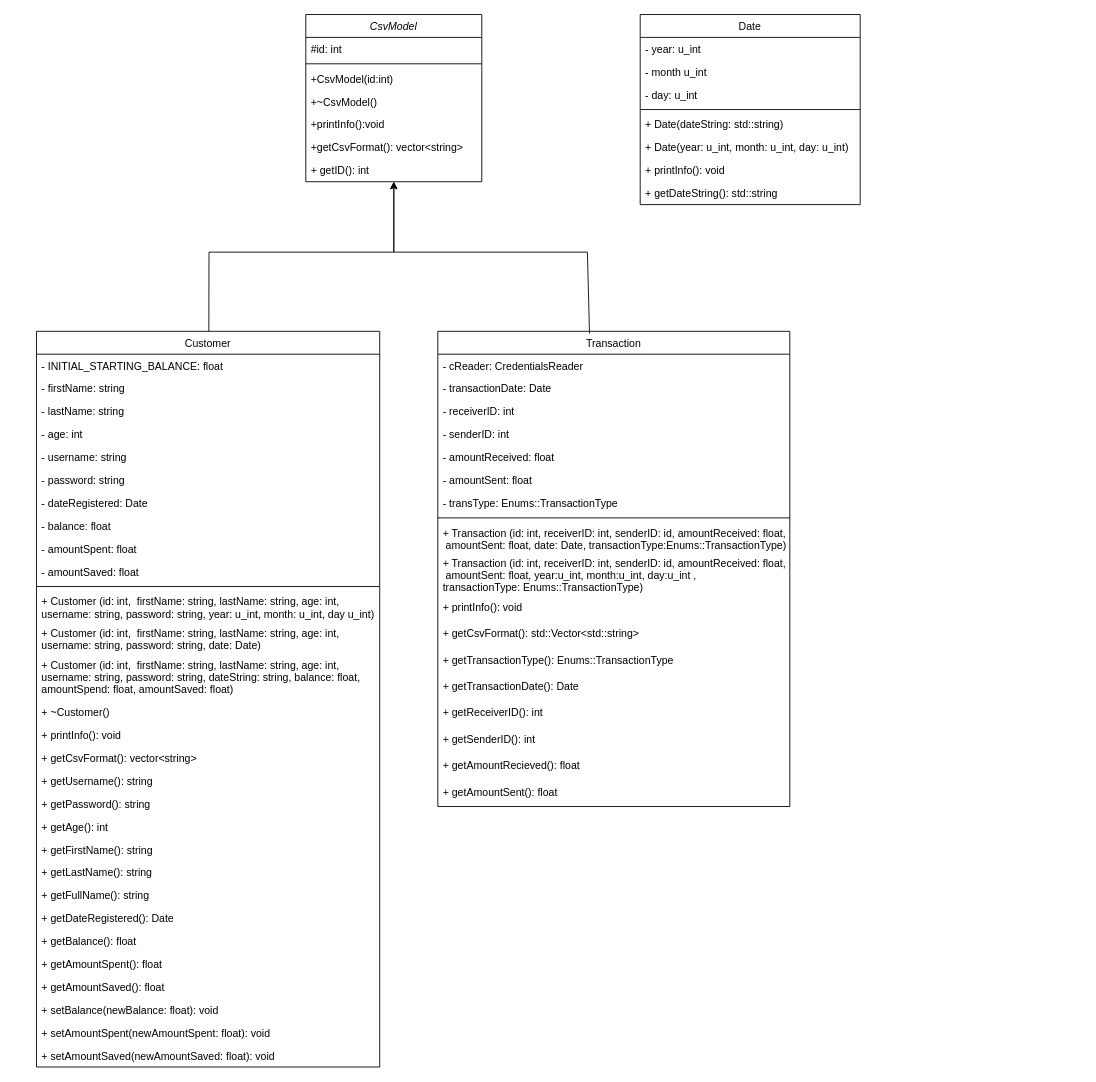
rawsashimi1604/1009_BankingSystem keeps this draw.io diagram as page "model" (1 of 5) of data/UML.drawio. Above is the earlier version. Source tidied: cells renumbered, new cells numbered last; positions are measured from the earlier drawing's top-left corner, leaving out a move shared by most shapes. Both pictures are drawn from the tidied source at 88%, with x=0, y=0 at pixel (36, 14).
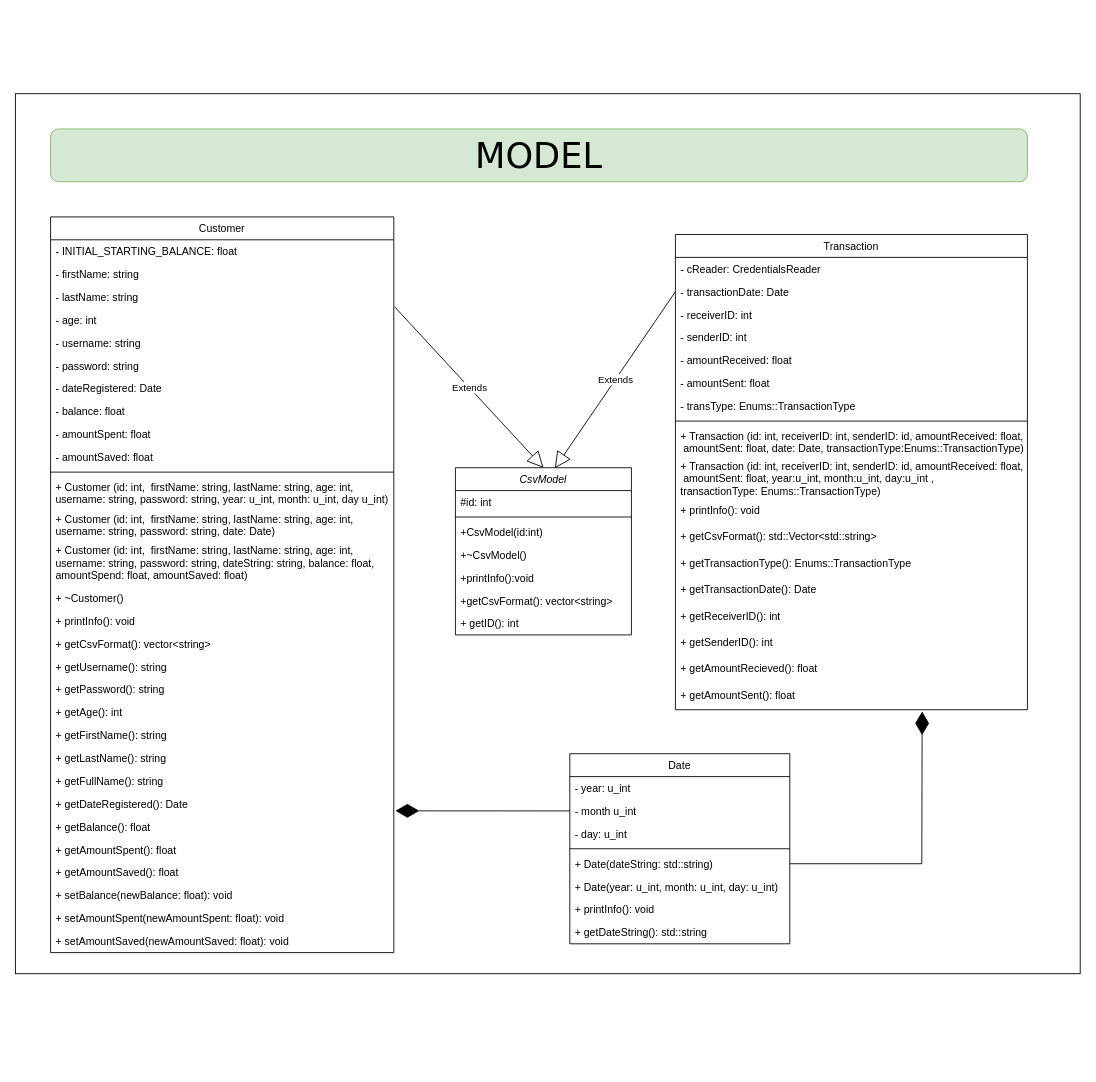
Above is the later version.

Unchanged cells that the change refers to:
```xml
<mxCell id="14" value="- age: int" style="text;align=left;verticalAlign=top;spacingLeft=4;spacingRight=4;overflow=hidden;points=[[0,0.5],[1,0.5]];portConstraint=eastwest;rounded=0;shadow=0;html=0;" parent="10" vertex="1">
  <mxGeometry y="104" width="390" height="26" as="geometry" />
</mxCell>
<mxCell id="35" value="+ getBalance(): float" style="text;align=left;verticalAlign=top;spacingLeft=4;spacingRight=4;overflow=hidden;points=[[0,0.5],[1,0.5]];portConstraint=eastwest;fontStyle=0;" parent="10" vertex="1">
  <mxGeometry y="680" width="390" height="26" as="geometry" />
</mxCell>
<mxCell id="43" value="- month u_int" style="text;align=left;verticalAlign=top;spacingLeft=4;spacingRight=4;overflow=hidden;points=[[0,0.5],[1,0.5]];portConstraint=eastwest;" parent="41" vertex="1">
  <mxGeometry y="52" width="250" height="26" as="geometry" />
</mxCell>
<mxCell id="46" value="+ Date(dateString: std::string)" style="text;align=left;verticalAlign=top;spacingLeft=4;spacingRight=4;overflow=hidden;points=[[0,0.5],[1,0.5]];portConstraint=eastwest;" parent="41" vertex="1">
  <mxGeometry y="112" width="250" height="26" as="geometry" />
</mxCell>
<mxCell id="52" value="- transactionDate: Date" style="text;align=left;verticalAlign=top;spacingLeft=4;spacingRight=4;overflow=hidden;points=[[0,0.5],[1,0.5]];portConstraint=eastwest;rounded=0;shadow=0;html=0;" parent="50" vertex="1">
  <mxGeometry y="52" width="400" height="26" as="geometry" />
</mxCell>
<mxCell id="68" value="+ getAmountSent(): float" style="text;align=left;verticalAlign=top;spacingLeft=4;spacingRight=4;overflow=hidden;points=[[0,0.5],[1,0.5]];portConstraint=eastwest;" parent="50" vertex="1">
  <mxGeometry y="510" width="400" height="30" as="geometry" />
</mxCell>
```

What changed in the source:
```diff
@@
+    <mxCell id="71" style="rounded=0;whiteSpace=wrap;html=1;fontFamily=Verdana;fontSize=40;" parent="1" vertex="1">
+      <mxGeometry x="-24" y="90" width="1210" height="1000" as="geometry" />
+    </mxCell>
+    <mxCell id="72" style="group;" parent="1" vertex="1">
+      <mxGeometry x="16" y="130" width="1110" height="936" as="geometry" />
+    </mxCell>
-    <mxCell id="2" value="CsvModel" style="swimlane;fontStyle=2;align=center;verticalAlign=top;horizontal=1;startSize=26;rounded=0;shadow=0;strokeWidth=1;" parent="1" vertex="1">
-      <mxGeometry x="306" width="200" height="190" as="geometry" />
+    <mxCell id="2" value="CsvModel" style="swimlane;fontStyle=2;align=center;verticalAlign=top;horizontal=1;startSize=26;rounded=0;shadow=0;strokeWidth=1;" parent="72" vertex="1">
+      <mxGeometry x="460" y="385" width="200" height="190" as="geometry" />
     </mxCell>
@@
-    <mxCell id="10" value="Customer" style="swimlane;fontStyle=0;align=center;verticalAlign=top;horizontal=1;startSize=26;rounded=0;shadow=0;strokeWidth=1;" parent="1" vertex="1">
-      <mxGeometry y="360" width="390" height="836" as="geometry" />
+    <mxCell id="10" value="Customer" style="swimlane;fontStyle=0;align=center;verticalAlign=top;horizontal=1;startSize=26;rounded=0;shadow=0;strokeWidth=1;" parent="72" vertex="1">
+      <mxGeometry y="100" width="390" height="836" as="geometry" />
     </mxCell>
@@
-    <mxCell id="41" value="Date" style="swimlane;fontStyle=0;align=center;verticalAlign=top;horizontal=1;startSize=26;rounded=0;shadow=0;strokeWidth=1;" parent="1" vertex="1">
-      <mxGeometry x="686" width="250" height="216" as="geometry" />
+    <mxCell id="41" value="Date" style="swimlane;fontStyle=0;align=center;verticalAlign=top;horizontal=1;startSize=26;rounded=0;shadow=0;strokeWidth=1;" parent="72" vertex="1">
+      <mxGeometry x="590" y="710" width="250" height="216" as="geometry" />
     </mxCell>
@@
-    <mxCell id="50" value="Transaction" style="swimlane;fontStyle=0;align=center;verticalAlign=top;horizontal=1;startSize=26;rounded=0;shadow=0;strokeWidth=1;" parent="1" vertex="1">
-      <mxGeometry x="456" y="360" width="400" height="540" as="geometry" />
+    <mxCell id="50" value="Transaction" style="swimlane;fontStyle=0;align=center;verticalAlign=top;horizontal=1;startSize=26;rounded=0;shadow=0;strokeWidth=1;" parent="72" vertex="1">
+      <mxGeometry x="710" y="120" width="400" height="540" as="geometry" />
     </mxCell>
@@
-    <mxCell id="69" style="endArrow=classic;html=1;rounded=0;" parent="1" edge="1" source="10" target="2">
-      <mxGeometry relative="1" as="geometry">
-        <Array as="points">
-          <mxPoint x="196" y="270" />
-          <mxPoint x="406" y="270" />
-        </Array>
-      </mxGeometry>
-    </mxCell>
-    <mxCell id="70" style="endArrow=classic;html=1;rounded=0;exitX=0.431;exitY=0.005;exitDx=0;exitDy=0;exitPerimeter=0;" parent="1" edge="1" source="50" target="2">
-      <mxGeometry relative="1" as="geometry">
-        <Array as="points">
-          <mxPoint x="626" y="270" />
-          <mxPoint x="406" y="270" />
-        </Array>
-      </mxGeometry>
-    </mxCell>
+    <mxCell id="73" value="Extends" style="endArrow=block;endSize=16;endFill=0;html=1;rounded=0;entryX=0.5;entryY=0;entryDx=0;entryDy=0;exitX=1.002;exitY=-0.077;exitDx=0;exitDy=0;exitPerimeter=0;" parent="72" edge="1" source="14" target="2">
+      <mxGeometry relative="1" as="geometry" />
+    </mxCell>
+    <mxCell id="74" value="Extends" style="endArrow=block;endSize=16;endFill=0;html=1;rounded=0;entryX=0.565;entryY=0.003;entryDx=0;entryDy=0;exitX=0;exitY=0.5;exitDx=0;exitDy=0;entryPerimeter=0;" parent="72" edge="1" source="52" target="2">
+      <mxGeometry relative="1" as="geometry" />
+    </mxCell>
+    <mxCell id="75" style="endArrow=diamondThin;endFill=1;endSize=24;html=1;rounded=0;entryX=1.005;entryY=-0.195;entryDx=0;entryDy=0;entryPerimeter=0;exitX=0;exitY=0.5;exitDx=0;exitDy=0;" parent="72" edge="1" source="43" target="35">
+      <mxGeometry relative="1" as="geometry" />
+    </mxCell>
+    <mxCell id="76" style="endArrow=diamondThin;endFill=1;endSize=24;html=1;rounded=0;entryX=0.701;entryY=1.067;entryDx=0;entryDy=0;entryPerimeter=0;exitX=1;exitY=0.5;exitDx=0;exitDy=0;" parent="72" edge="1" source="46" target="68">
+      <mxGeometry relative="1" as="geometry">
+        <Array as="points">
+          <mxPoint x="990" y="835" />
+        </Array>
+      </mxGeometry>
+    </mxCell>
+    <mxCell id="77" value="&lt;font face=&quot;Verdana&quot; style=&quot;font-size: 40px&quot;&gt;MODEL&lt;/font&gt;" style="rounded=1;whiteSpace=wrap;html=1;fillColor=#d5e8d4;strokeColor=#82b366;" parent="72" vertex="1">
+      <mxGeometry width="1110" height="60" as="geometry" />
+    </mxCell>
```
